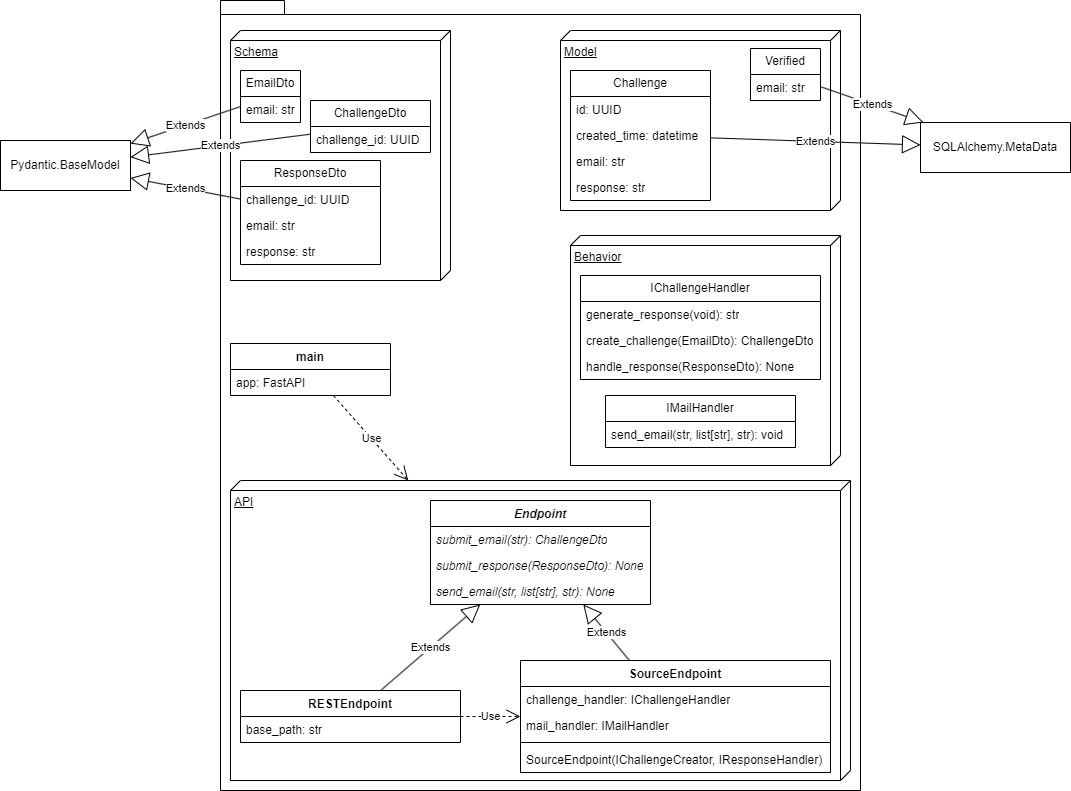
The draw.io diagram docs/uml.png in mwhicks-dev/authmail, before a commit. Source tidied: cells renumbered, new cells last; positions are measured from the earlier drawing's top-left corner, leaving out a move shared by most shapes.
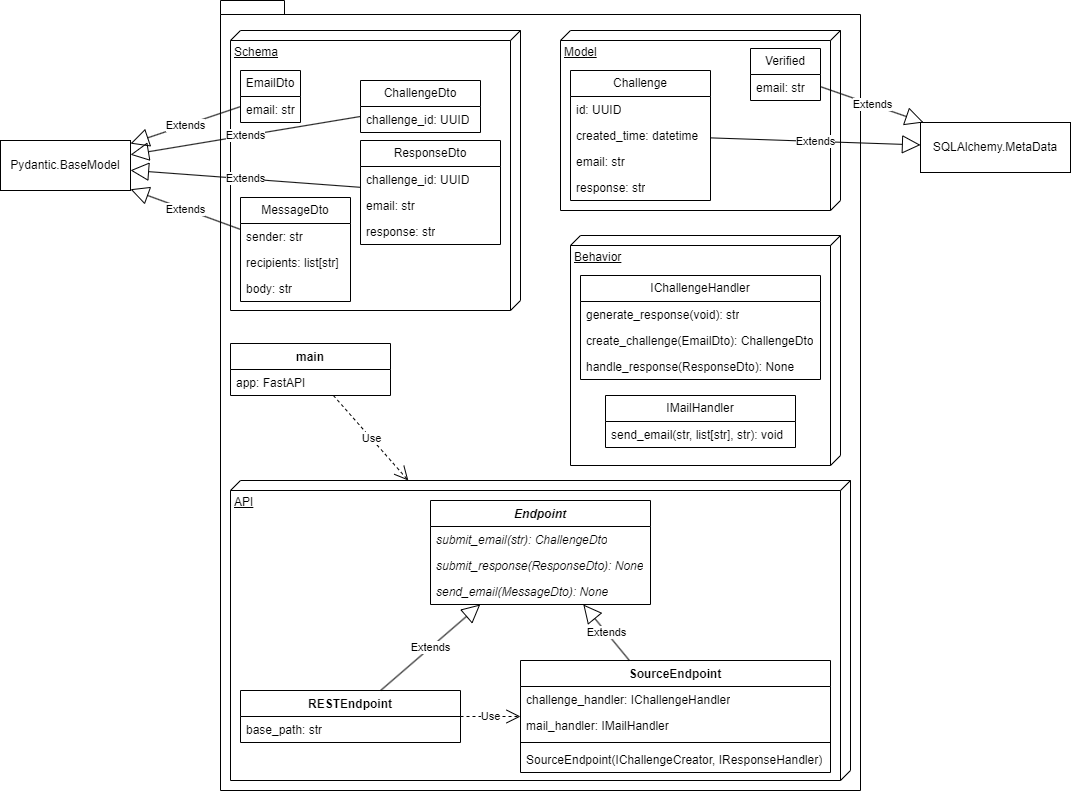
After the change.

Commit message:
Created new schema for sending an email #1

What changed in the source:
```diff
@@ -15,7 +15,7 @@
       <mxGeometry x="560" y="30" width="280" height="180" as="geometry" />
     </mxCell>
     <mxCell id="6" value="Schema" style="verticalAlign=top;align=left;spacingTop=8;spacingLeft=2;spacingRight=12;shape=cube;size=10;direction=south;fontStyle=4;html=1;whiteSpace=wrap;" parent="1" vertex="1">
-      <mxGeometry x="230" y="30" width="220" height="250" as="geometry" />
+      <mxGeometry x="230" y="30" width="290" height="280" as="geometry" />
     </mxCell>
     <mxCell id="7" value="EmailDto" style="swimlane;fontStyle=0;horizontal=1;startSize=26;fillColor=none;whiteSpace=wrap;html=1;" parent="1" vertex="1">
       <mxGeometry x="240" y="70" width="60" height="52" as="geometry" />
@@ -24,13 +24,13 @@
       <mxGeometry y="26" width="60" height="26" as="geometry" />
     </mxCell>
     <mxCell id="9" value="ChallengeDto" style="swimlane;fontStyle=0;horizontal=1;startSize=26;fillColor=none;whiteSpace=wrap;html=1;" parent="1" vertex="1">
-      <mxGeometry x="310" y="100" width="120" height="52" as="geometry" />
+      <mxGeometry x="360" y="80" width="120" height="52" as="geometry" />
     </mxCell>
     <mxCell id="10" value="challenge_id: UUID" style="text;strokeColor=none;fillColor=none;align=left;verticalAlign=top;spacingLeft=4;spacingRight=4;overflow=hidden;whiteSpace=wrap;html=1;" parent="9" vertex="1">
       <mxGeometry y="26" width="120" height="26" as="geometry" />
     </mxCell>
     <mxCell id="11" value="ResponseDto" style="swimlane;fontStyle=0;horizontal=1;startSize=26;fillColor=none;whiteSpace=wrap;html=1;" parent="1" vertex="1">
-      <mxGeometry x="240" y="160" width="140" height="104" as="geometry" />
+      <mxGeometry x="360" y="140" width="140" height="104" as="geometry" />
     </mxCell>
     <mxCell id="12" value="challenge_id: UUID" style="text;strokeColor=none;fillColor=none;align=left;verticalAlign=top;spacingLeft=4;spacingRight=4;overflow=hidden;whiteSpace=wrap;html=1;" parent="11" vertex="1">
       <mxGeometry y="26" width="140" height="26" as="geometry" />
@@ -95,7 +95,7 @@
     <mxCell id="32" value="&lt;i&gt;submit_response(ResponseDto): None&lt;/i&gt;" style="text;strokeColor=none;fillColor=none;align=left;verticalAlign=top;spacingLeft=4;spacingRight=4;overflow=hidden;whiteSpace=wrap;html=1;" parent="30" vertex="1">
       <mxGeometry y="52" width="220" height="26" as="geometry" />
     </mxCell>
-    <mxCell id="33" value="&lt;i&gt;send_email(str, list[str], str): None&lt;/i&gt;" style="text;strokeColor=none;fillColor=none;align=left;verticalAlign=top;spacingLeft=4;spacingRight=4;overflow=hidden;whiteSpace=wrap;html=1;" parent="30" vertex="1">
+    <mxCell id="33" value="&lt;i&gt;send_email(MessageDto): None&lt;/i&gt;" style="text;strokeColor=none;fillColor=none;align=left;verticalAlign=top;spacingLeft=4;spacingRight=4;overflow=hidden;whiteSpace=wrap;html=1;" parent="30" vertex="1">
       <mxGeometry y="78" width="220" height="26" as="geometry" />
     </mxCell>
     <mxCell id="34" value="SourceEndpoint" style="swimlane;fontStyle=1;align=center;verticalAlign=top;horizontal=1;startSize=26;whiteSpace=wrap;html=1;" parent="1" vertex="1">
@@ -152,5 +152,20 @@
     <mxCell id="51" value="Extends" style="endArrow=block;endSize=16;endFill=0;html=1;rounded=0;" parent="1" edge="1" source="49" target="24">
       <mxGeometry relative="1" as="geometry" />
     </mxCell>
+    <mxCell id="52" value="MessageDto" style="swimlane;fontStyle=0;horizontal=1;startSize=26;fillColor=none;whiteSpace=wrap;html=1;" parent="1" vertex="1">
+      <mxGeometry x="240" y="197" width="110" height="104" as="geometry" />
+    </mxCell>
+    <mxCell id="53" value="sender: str" style="text;strokeColor=none;fillColor=none;align=left;verticalAlign=top;spacingLeft=4;spacingRight=4;overflow=hidden;whiteSpace=wrap;html=1;" parent="52" vertex="1">
+      <mxGeometry y="26" width="110" height="26" as="geometry" />
+    </mxCell>
+    <mxCell id="54" value="recipients: list[str]" style="text;strokeColor=none;fillColor=none;align=left;verticalAlign=top;spacingLeft=4;spacingRight=4;overflow=hidden;whiteSpace=wrap;html=1;" parent="52" vertex="1">
+      <mxGeometry y="52" width="110" height="26" as="geometry" />
+    </mxCell>
+    <mxCell id="55" value="body: str" style="text;strokeColor=none;fillColor=none;align=left;verticalAlign=top;spacingLeft=4;spacingRight=4;overflow=hidden;whiteSpace=wrap;html=1;" parent="52" vertex="1">
+      <mxGeometry y="78" width="110" height="26" as="geometry" />
+    </mxCell>
+    <mxCell id="56" value="Extends" style="endArrow=block;endSize=16;endFill=0;html=1;rounded=0;" parent="1" edge="1" source="52" target="15">
+      <mxGeometry relative="1" as="geometry" />
+    </mxCell>
   </root>
 </mxGraphModel>
```
